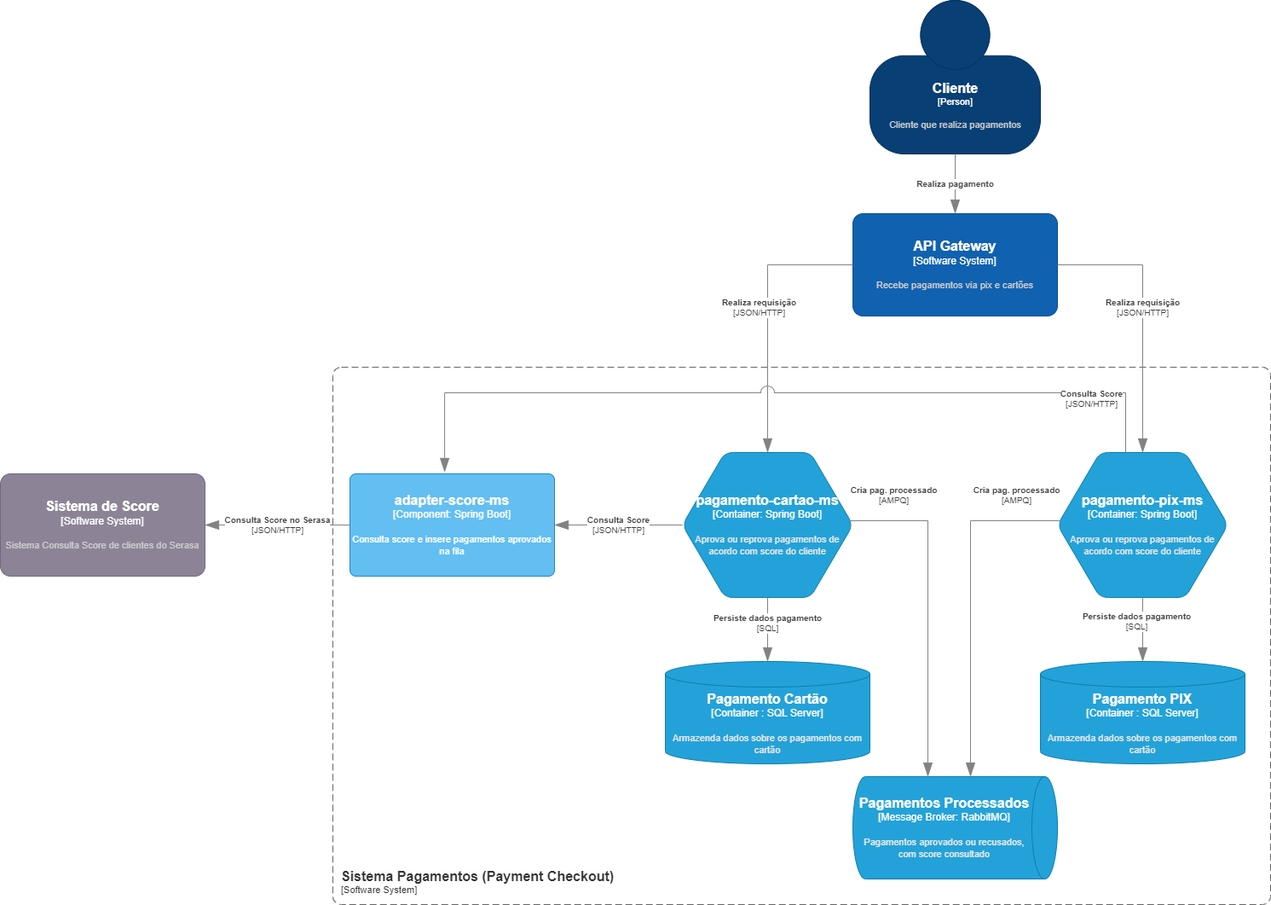
This is Container Pagamentos.drawio.png from felipesalvadordev/payment-system-architecture-C4, a draw.io export, as it was before one commit. Source tidied: cells renumbered, new cells last; positions are measured from the earlier drawing's top-left corner, leaving out a move shared by most shapes.
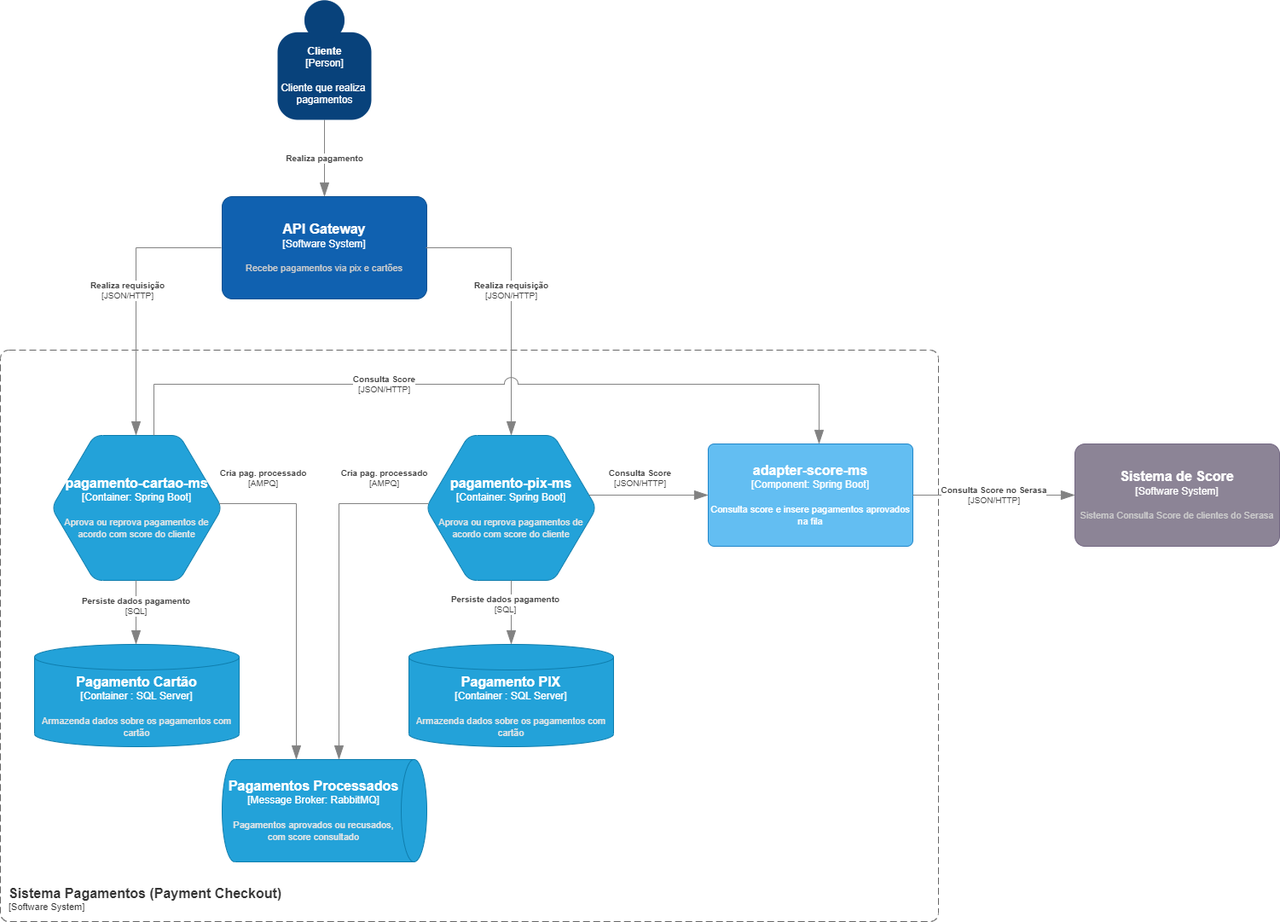
After the commit.

What changed in the source:
```diff
@@ -2,14 +2,9 @@
   <root>
     <mxCell id="0" />
     <mxCell id="1" parent="0" />
-    <object id="2" label="&lt;font style=&quot;font-size: 16px&quot;&gt;&lt;b&gt;%c4Name%&lt;/b&gt;&lt;/font&gt;&lt;div&gt;[%c4Type%]&lt;/div&gt;&lt;br&gt;&lt;div&gt;&lt;font style=&quot;font-size: 11px&quot;&gt;&lt;font color=&quot;#cccccc&quot;&gt;%c4Description%&lt;/font&gt;&lt;/div&gt;" c4Description="Cliente que realiza pagamentos" c4Name="Cliente" c4Type="Person" placeholders="1">
-      <mxCell style="html=1;fontSize=11;dashed=0;whitespace=wrap;fillColor=#083F75;strokeColor=#06315C;fontColor=#ffffff;shape=mxgraph.c4.person2;align=center;points=[[0.5,0,0],[1,0.5,0],[1,0.75,0],[0.75,1,0],[0.5,1,0],[0.25,1,0],[0,0.75,0],[0,0.5,0]];" parent="1" vertex="1">
-        <mxGeometry x="1020" width="200" height="180" as="geometry" />
-      </mxCell>
-    </object>
     <object id="3" label="&lt;font style=&quot;font-size: 16px&quot;&gt;&lt;b&gt;&lt;div style=&quot;text-align: left&quot;&gt;%c4Name%&lt;/div&gt;&lt;/b&gt;&lt;/font&gt;&lt;div style=&quot;text-align: left&quot;&gt;[%c4Application%]&lt;/div&gt;" c4Application="Software System" c4Name="Sistema Pagamentos (Payment Checkout)" c4Type="SystemScopeBoundary" placeholders="1">
       <mxCell style="rounded=1;fontSize=11;whiteSpace=wrap;html=1;dashed=1;arcSize=20;fillColor=none;strokeColor=#666666;fontColor=#333333;labelBackgroundColor=none;align=left;verticalAlign=bottom;labelBorderColor=none;spacingTop=0;spacing=10;dashPattern=8 4;perimeter=rectanglePerimeter;noLabel=0;labelPadding=0;absoluteArcSize=1;" parent="1" vertex="1">
-        <mxGeometry x="390" y="430" width="1100" height="630" as="geometry" />
+        <mxGeometry x="740" y="430" width="1100" height="670" as="geometry" />
       </mxCell>
     </object>
     <object id="4" label="&lt;font style=&quot;font-size: 16px&quot;&gt;&lt;b&gt;%c4Name%&lt;/b&gt;&lt;/font&gt;&lt;div&gt;[%c4Type%]&lt;/div&gt;&lt;br&gt;&lt;div&gt;&lt;font style=&quot;font-size: 11px&quot;&gt;&lt;font color=&quot;#cccccc&quot;&gt;%c4Description%&lt;/font&gt;&lt;/div&gt;" c4Description="Recebe pagamentos via pix e cartões" c4Name="API Gateway" c4Type="Software System" placeholders="1">
@@ -19,7 +14,7 @@
     </object>
     <object id="5" label="&lt;font style=&quot;font-size: 16px&quot;&gt;&lt;b&gt;%c4Type%&lt;/font&gt;&lt;div&gt;[%c4Container%:&amp;nbsp;%c4Technology%]&lt;/div&gt;&lt;br&gt;&lt;div&gt;&lt;font style=&quot;font-size: 11px&quot;&gt;&lt;font color=&quot;#E6E6E6&quot;&gt;%c4Description%&lt;/font&gt;&lt;/div&gt;" c4Container="Container" c4Description="Aprova ou reprova pagamentos de acordo com score do cliente" c4Technology="Spring Boot" c4Type="pagamento-pix-ms" placeholders="1">
       <mxCell style="shape=hexagon;size=50;perimeter=hexagonPerimeter2;whiteSpace=wrap;html=1;fixedSize=1;rounded=1;labelBackgroundColor=none;fillColor=#23A2D9;fontSize=12;fontColor=#ffffff;align=center;strokeColor=#0E7DAD;points=[[0.5,0,0],[1,0.25,0],[1,0.5,0],[1,0.75,0],[0.5,1,0],[0,0.75,0],[0,0.5,0],[0,0.25,0]];" parent="1" vertex="1">
-        <mxGeometry x="1240" y="530" width="200" height="170" as="geometry" />
+        <mxGeometry x="1239" y="530" width="200" height="170" as="geometry" />
       </mxCell>
     </object>
     <object id="6" label="&lt;font style=&quot;font-size: 16px&quot;&gt;&lt;b&gt;%c4Type%&lt;/font&gt;&lt;div&gt;[%c4Container%:&amp;nbsp;%c4Technology%]&lt;/div&gt;&lt;br&gt;&lt;div&gt;&lt;font style=&quot;font-size: 11px&quot;&gt;&lt;font color=&quot;#E6E6E6&quot;&gt;%c4Description%&lt;/font&gt;&lt;/div&gt;" c4Container="Container " c4Description="Armazenda dados sobre os pagamentos com cartão" c4Technology="SQL Server" c4Type="Pagamento Cartão " placeholders="1">
@@ -34,7 +29,7 @@
     </object>
     <object id="8" label="&lt;font style=&quot;font-size: 16px&quot;&gt;&lt;b&gt;%c4Type%&lt;/font&gt;&lt;div&gt;[%c4Container%:&amp;nbsp;%c4Technology%]&lt;/div&gt;&lt;br&gt;&lt;div&gt;&lt;font style=&quot;font-size: 11px&quot;&gt;&lt;font color=&quot;#E6E6E6&quot;&gt;%c4Description%&lt;/font&gt;&lt;/div&gt;" c4Container="Container " c4Description="Armazenda dados sobre os pagamentos com cartão" c4Technology="SQL Server" c4Type="Pagamento PIX" placeholders="1">
       <mxCell style="shape=cylinder3;size=15;whiteSpace=wrap;html=1;boundedLbl=1;rounded=0;labelBackgroundColor=none;fillColor=#23A2D9;fontSize=12;fontColor=#ffffff;align=center;strokeColor=#0E7DAD;points=[[0.5,0,0],[1,0.25,0],[1,0.5,0],[1,0.75,0],[0.5,1,0],[0,0.75,0],[0,0.5,0],[0,0.25,0]];" parent="1" vertex="1">
-        <mxGeometry x="1220" y="775" width="240" height="120" as="geometry" />
+        <mxGeometry x="1219" y="775" width="240" height="120" as="geometry" />
       </mxCell>
     </object>
     <object id="9" label="&lt;font style=&quot;font-size: 16px&quot;&gt;&lt;b&gt;%c4Type%&lt;/font&gt;&lt;div&gt;[%c4Container%:&amp;nbsp;%c4Technology%]&lt;/div&gt;&lt;br&gt;&lt;div&gt;&lt;font style=&quot;font-size: 11px&quot;&gt;&lt;font color=&quot;#E6E6E6&quot;&gt;%c4Description%&lt;/font&gt;&lt;/div&gt;" c4Container="Container" c4Description="Aprova ou reprova pagamentos de acordo com score do cliente" c4Technology="Spring Boot" c4Type="pagamento-cartao-ms" placeholders="1">
@@ -44,33 +39,36 @@
     </object>
     <object id="10" label="&lt;font style=&quot;font-size: 16px&quot;&gt;&lt;b&gt;%c4Name%&lt;/b&gt;&lt;/font&gt;&lt;div&gt;[%c4Type%: %c4Technology%]&lt;/div&gt;&lt;br&gt;&lt;div&gt;&lt;font style=&quot;font-size: 11px&quot;&gt;%c4Description%&lt;/font&gt;&lt;/div&gt;" c4Description="Consulta score e insere pagamentos aprovados na fila" c4Name="adapter-score-ms" c4Technology="Spring Boot" c4Type="Component" placeholders="1">
       <mxCell style="rounded=1;whiteSpace=wrap;html=1;labelBackgroundColor=none;fillColor=#63BEF2;fontColor=#ffffff;align=center;arcSize=6;strokeColor=#2086C9;points=[[0.25,0,0],[0.5,0,0],[0.75,0,0],[1,0.25,0],[1,0.5,0],[1,0.75,0],[0.75,1,0],[0.5,1,0],[0.25,1,0],[0,0.75,0],[0,0.5,0],[0,0.25,0]];" parent="1" vertex="1">
-        <mxGeometry x="410" y="555" width="240" height="120" as="geometry" />
+        <mxGeometry x="1570" y="540" width="240" height="120" as="geometry" />
       </mxCell>
     </object>
     <object id="11" label="&lt;font style=&quot;font-size: 16px&quot;&gt;&lt;b&gt;%c4Name%&lt;/b&gt;&lt;/font&gt;&lt;div&gt;[%c4Type%]&lt;/div&gt;&lt;br&gt;&lt;div&gt;&lt;font style=&quot;font-size: 11px&quot;&gt;&lt;font color=&quot;#cccccc&quot;&gt;%c4Description%&lt;/font&gt;&lt;/div&gt;" c4Description="Sistema Consulta Score de clientes do Serasa" c4Name="Sistema de Score" c4Type="Software System" placeholders="1">
       <mxCell style="rounded=1;whiteSpace=wrap;html=1;labelBackgroundColor=none;fillColor=#8C8496;fontColor=#ffffff;align=center;arcSize=10;strokeColor=#736782;points=[[0.25,0,0],[0.5,0,0],[0.75,0,0],[1,0.25,0],[1,0.5,0],[1,0.75,0],[0.75,1,0],[0.5,1,0],[0.25,1,0],[0,0.75,0],[0,0.5,0],[0,0.25,0]];" parent="1" vertex="1">
-        <mxGeometry y="555" width="240" height="120" as="geometry" />
+        <mxGeometry x="2000" y="540" width="240" height="120" as="geometry" />
       </mxCell>
     </object>
     <object id="12" label="&lt;div style=&quot;text-align: left&quot;&gt;&lt;div style=&quot;text-align: center&quot;&gt;&lt;b&gt;%c4Description%&lt;/b&gt;&lt;/div&gt;" c4Description="Realiza pagamento" c4Type="Relationship" placeholders="1">
-      <mxCell style="endArrow=blockThin;html=1;fontSize=10;fontColor=#404040;strokeWidth=1;endFill=1;strokeColor=#828282;elbow=vertical;endSize=14;startSize=14;jumpStyle=arc;jumpSize=16;rounded=0;edgeStyle=orthogonalEdgeStyle;" parent="1" edge="1" source="2" target="4">
+      <mxCell style="endArrow=blockThin;html=1;fontSize=10;fontColor=#404040;strokeWidth=1;endFill=1;strokeColor=#828282;elbow=vertical;endSize=14;startSize=14;jumpStyle=arc;jumpSize=16;rounded=0;edgeStyle=orthogonalEdgeStyle;exitX=0.5;exitY=1;exitDx=0;exitDy=0;exitPerimeter=0;" parent="1" edge="1" source="2" target="4">
         <mxGeometry relative="1" as="geometry" />
       </mxCell>
     </object>
     <object id="13" label="&lt;div style=&quot;text-align: left&quot;&gt;&lt;div style=&quot;text-align: center&quot;&gt;&lt;b&gt;%c4Description%&lt;/b&gt;&lt;/div&gt;&lt;div style=&quot;text-align: center&quot;&gt;[%c4Technology%]&lt;/div&gt;&lt;/div&gt;" c4Description="Realiza requisição" c4Technology="JSON/HTTP" c4Type="Relationship" placeholders="1">
-      <mxCell style="endArrow=blockThin;html=1;fontSize=10;fontColor=#404040;strokeWidth=1;endFill=1;strokeColor=#828282;elbow=vertical;endSize=14;startSize=14;jumpStyle=arc;jumpSize=16;rounded=0;edgeStyle=orthogonalEdgeStyle;exitX=0;exitY=0.5;exitDx=0;exitDy=0;exitPerimeter=0;" parent="1" edge="1" source="4" target="9">
+      <mxCell style="endArrow=blockThin;html=1;fontSize=10;fontColor=#404040;strokeWidth=1;endFill=1;strokeColor=#828282;elbow=vertical;endSize=14;startSize=14;jumpStyle=arc;jumpSize=16;rounded=0;edgeStyle=orthogonalEdgeStyle;exitX=0;exitY=0.5;exitDx=0;exitDy=0;exitPerimeter=0;" parent="1" edge="1">
         <mxGeometry x="-0.06" y="-10" relative="1" as="geometry">
+          <mxPoint x="999" y="310" as="sourcePoint" />
+          <mxPoint x="899" y="530" as="targetPoint" />
           <Array as="points">
-            <mxPoint x="900" y="310" />
+            <mxPoint x="899" y="310" />
           </Array>
         </mxGeometry>
       </mxCell>
     </object>
     <object id="14" label="&lt;div style=&quot;text-align: left&quot;&gt;&lt;div style=&quot;text-align: center&quot;&gt;&lt;b&gt;%c4Description%&lt;/b&gt;&lt;/div&gt;&lt;div style=&quot;text-align: center&quot;&gt;[%c4Technology%]&lt;/div&gt;&lt;/div&gt;" c4Description="Realiza requisição" c4Technology="JSON/HTTP" c4Type="Relationship" placeholders="1">
-      <mxCell style="endArrow=blockThin;html=1;fontSize=10;fontColor=#404040;strokeWidth=1;endFill=1;strokeColor=#828282;elbow=vertical;endSize=14;startSize=14;jumpStyle=arc;jumpSize=16;rounded=0;edgeStyle=orthogonalEdgeStyle;exitX=1;exitY=0.5;exitDx=0;exitDy=0;exitPerimeter=0;" parent="1" edge="1" source="4" target="5">
+      <mxCell style="endArrow=blockThin;html=1;fontSize=10;fontColor=#404040;strokeWidth=1;endFill=1;strokeColor=#828282;elbow=vertical;endSize=14;startSize=14;jumpStyle=arc;jumpSize=16;rounded=0;edgeStyle=orthogonalEdgeStyle;exitX=1;exitY=0.5;exitDx=0;exitDy=0;exitPerimeter=0;" parent="1" edge="1" target="5">
         <mxGeometry x="-0.06" relative="1" as="geometry">
+          <mxPoint x="1239" y="310" as="sourcePoint" />
           <Array as="points">
-            <mxPoint x="1340" y="310" />
+            <mxPoint x="1339" y="310" />
           </Array>
         </mxGeometry>
       </mxCell>
@@ -81,39 +79,44 @@
       </mxCell>
     </object>
     <object id="16" label="&lt;div style=&quot;text-align: left&quot;&gt;&lt;div style=&quot;text-align: center&quot;&gt;&lt;b&gt;%c4Description%&lt;/b&gt;&lt;/div&gt;&lt;div style=&quot;text-align: center&quot;&gt;[%c4Technology%]&lt;/div&gt;&lt;/div&gt;" c4Description="Consulta Score" c4Technology="JSON/HTTP" c4Type="Relationship" placeholders="1">
-      <mxCell style="endArrow=blockThin;html=1;fontSize=10;fontColor=#404040;strokeWidth=1;endFill=1;strokeColor=#828282;elbow=vertical;endSize=14;startSize=14;jumpStyle=arc;jumpSize=16;rounded=0;edgeStyle=orthogonalEdgeStyle;entryX=0.463;entryY=-0.017;entryDx=0;entryDy=0;entryPerimeter=0;" parent="1" edge="1" source="5" target="10">
-        <mxGeometry x="-0.87" y="40" relative="1" as="geometry">
+      <mxCell style="endArrow=blockThin;html=1;fontSize=10;fontColor=#404040;strokeWidth=1;endFill=1;strokeColor=#828282;elbow=vertical;endSize=14;startSize=14;jumpStyle=arc;jumpSize=16;rounded=0;edgeStyle=orthogonalEdgeStyle;entryX=0;entryY=0.5;entryDx=0;entryDy=0;entryPerimeter=0;" parent="1" edge="1" source="5" target="10">
+        <mxGeometry x="-0.14" y="20" relative="1" as="geometry">
           <Array as="points">
-            <mxPoint x="1320" y="460" />
-            <mxPoint x="521" y="460" />
+            <mxPoint x="1570" y="600" />
+            <mxPoint x="1570" y="600" />
           </Array>
         </mxGeometry>
       </mxCell>
     </object>
     <object id="17" label="&lt;div style=&quot;text-align: left&quot;&gt;&lt;div style=&quot;text-align: center&quot;&gt;&lt;b&gt;%c4Description%&lt;/b&gt;&lt;/div&gt;&lt;div style=&quot;text-align: center&quot;&gt;[%c4Technology%]&lt;/div&gt;&lt;/div&gt;" c4Description="Cria pag. processado" c4Technology="AMPQ" c4Type="Relationship" placeholders="1">
-      <mxCell style="endArrow=blockThin;html=1;fontSize=10;fontColor=#404040;strokeWidth=1;endFill=1;strokeColor=#828282;elbow=vertical;endSize=14;startSize=14;jumpStyle=arc;jumpSize=16;rounded=0;edgeStyle=orthogonalEdgeStyle;" parent="1" edge="1" source="9" target="7">
+      <mxCell style="endArrow=blockThin;html=1;fontSize=10;fontColor=#404040;strokeWidth=1;endFill=1;strokeColor=#828282;elbow=vertical;endSize=14;startSize=14;jumpStyle=arc;jumpSize=16;rounded=0;edgeStyle=orthogonalEdgeStyle;" parent="1" edge="1">
         <mxGeometry x="-0.74" y="30" relative="1" as="geometry">
+          <mxPoint x="996.1" y="610" as="sourcePoint" />
+          <mxPoint x="1087" y="910" as="targetPoint" />
           <Array as="points">
-            <mxPoint x="1088" y="610" />
+            <mxPoint x="1087" y="610" />
           </Array>
         </mxGeometry>
       </mxCell>
     </object>
     <object id="18" label="&lt;div style=&quot;text-align: left&quot;&gt;&lt;div style=&quot;text-align: center&quot;&gt;&lt;b&gt;%c4Description%&lt;/b&gt;&lt;/div&gt;&lt;div style=&quot;text-align: center&quot;&gt;[%c4Technology%]&lt;/div&gt;&lt;/div&gt;" c4Description="Cria pag. processado" c4Technology="AMPQ" c4Type="Relationship" placeholders="1">
-      <mxCell style="endArrow=blockThin;html=1;fontSize=10;fontColor=#404040;strokeWidth=1;endFill=1;strokeColor=#828282;elbow=vertical;endSize=14;startSize=14;jumpStyle=arc;jumpSize=16;rounded=0;edgeStyle=orthogonalEdgeStyle;entryX=0;entryY=0.425;entryDx=0;entryDy=0;entryPerimeter=0;" parent="1" edge="1" source="5" target="7">
+      <mxCell style="endArrow=blockThin;html=1;fontSize=10;fontColor=#404040;strokeWidth=1;endFill=1;strokeColor=#828282;elbow=vertical;endSize=14;startSize=14;jumpStyle=arc;jumpSize=16;rounded=0;edgeStyle=orthogonalEdgeStyle;entryX=0;entryY=0.425;entryDx=0;entryDy=0;entryPerimeter=0;" parent="1" edge="1" source="5">
         <mxGeometry x="-0.75" y="-30" relative="1" as="geometry">
+          <mxPoint x="1137" y="910" as="targetPoint" />
           <Array as="points">
-            <mxPoint x="1138" y="610" />
+            <mxPoint x="1137" y="610" />
           </Array>
         </mxGeometry>
       </mxCell>
     </object>
     <object id="19" label="&lt;div style=&quot;text-align: left&quot;&gt;&lt;div style=&quot;text-align: center&quot;&gt;&lt;b&gt;%c4Description%&lt;/b&gt;&lt;/div&gt;&lt;div style=&quot;text-align: center&quot;&gt;[%c4Technology%]&lt;/div&gt;&lt;/div&gt;" c4Description="Persiste dados pagamento" c4Technology="SQL" c4Type="Relationship" placeholders="1">
-      <mxCell style="endArrow=blockThin;html=1;fontSize=10;fontColor=#404040;strokeWidth=1;endFill=1;strokeColor=#828282;elbow=vertical;endSize=14;startSize=14;jumpStyle=arc;jumpSize=16;rounded=0;edgeStyle=orthogonalEdgeStyle;" parent="1" edge="1" source="9" target="6">
+      <mxCell style="endArrow=blockThin;html=1;fontSize=10;fontColor=#404040;strokeWidth=1;endFill=1;strokeColor=#828282;elbow=vertical;endSize=14;startSize=14;jumpStyle=arc;jumpSize=16;rounded=0;edgeStyle=orthogonalEdgeStyle;" parent="1" edge="1">
         <mxGeometry x="-0.2" relative="1" as="geometry">
+          <mxPoint x="899" y="700" as="sourcePoint" />
+          <mxPoint x="899" y="775" as="targetPoint" />
           <Array as="points">
-            <mxPoint x="900" y="730" />
-            <mxPoint x="900" y="730" />
+            <mxPoint x="899" y="730" />
+            <mxPoint x="899" y="730" />
           </Array>
         </mxGeometry>
       </mxCell>
@@ -125,8 +128,18 @@
     </object>
     <object id="21" label="&lt;div style=&quot;text-align: left&quot;&gt;&lt;div style=&quot;text-align: center&quot;&gt;&lt;b&gt;%c4Description%&lt;/b&gt;&lt;/div&gt;&lt;div style=&quot;text-align: center&quot;&gt;[%c4Technology%]&lt;/div&gt;&lt;/div&gt;" c4Description="Consulta Score" c4Technology="JSON/HTTP" c4Type="Relationship" placeholders="1">
       <mxCell style="endArrow=blockThin;html=1;fontSize=10;fontColor=#404040;strokeWidth=1;endFill=1;strokeColor=#828282;elbow=vertical;endSize=14;startSize=14;jumpStyle=arc;jumpSize=16;rounded=0;edgeStyle=orthogonalEdgeStyle;" parent="1" edge="1" source="9" target="10">
-        <mxGeometry relative="1" as="geometry" />
+        <mxGeometry x="-0.27" relative="1" as="geometry">
+          <Array as="points">
+            <mxPoint x="920" y="470" />
+            <mxPoint x="1700" y="470" />
+          </Array>
+        </mxGeometry>
       </mxCell>
     </object>
+    <object id="2" label="&lt;b&gt;%c4Name%&lt;/b&gt;&lt;div&gt;[%c4Type%]&lt;/div&gt;&lt;br&gt;&lt;div&gt;%c4Description%&lt;/div&gt;" c4Description="Cliente que realiza &#10;pagamentos" c4Name="Cliente" c4Type="Person" placeholders="1">
+      <mxCell style="html=1;dashed=0;whitespace=wrap;fillColor=#08427b;strokeColor=none;fontColor=#ffffff;shape=mxgraph.c4.person;align=center;points=[[0.5,0,0],[1,0.5,0],[1,0.75,0],[0.75,1,0],[0.5,1,0],[0.25,1,0],[0,0.75,0],[0,0.5,0]];metaData={&quot;c4Type&quot;:{&quot;editable&quot;:false}};" parent="1" vertex="1">
+        <mxGeometry x="1065" y="20" width="110" height="140" as="geometry" />
+      </mxCell>
+    </object>
   </root>
 </mxGraphModel>
```
